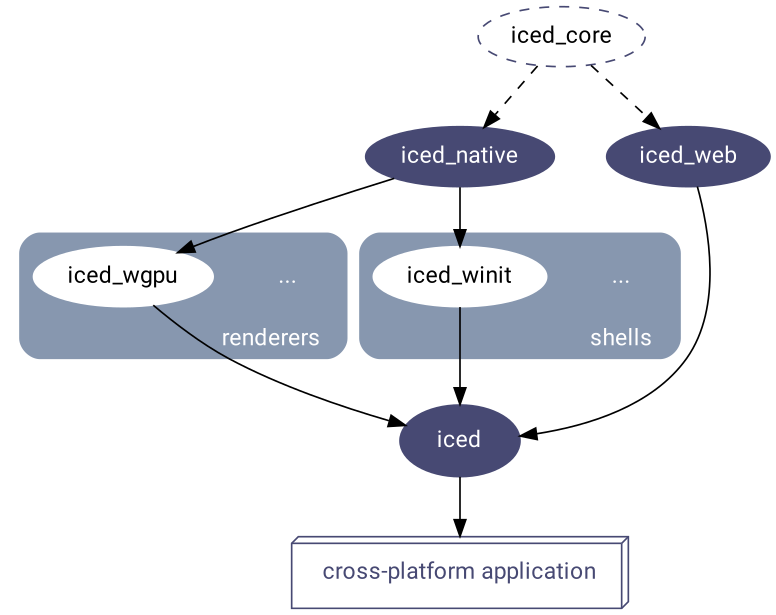
Earlier version of the Graphviz export docs/graphs/ecosystem.png (iced-rs/iced). Its source is kept beside it as docs/graphs/ecosystem.dot.
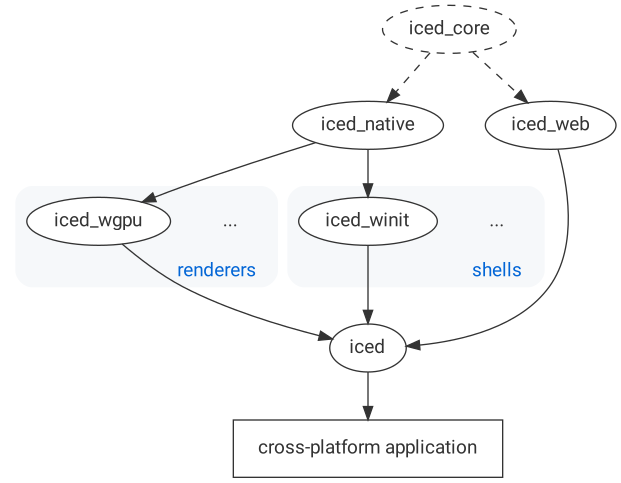
Above is the later version.

Change to the diagram source:
```diff
@@ -1,19 +1,19 @@
 digraph G {
   fontname = "Roboto";
   newrank=true;
-  node[fontname = "Roboto", style=filled, fontcolor=white, color="#474973"];
+  node[fontname = "Roboto", style="filled", fontcolor="#333333", fillcolor=white, color="#333333"];
+  edge[color="#333333"];
 
   subgraph cluster_1 {
     label = "renderers  ";
     labelloc = "b";
     labeljust = "r";
-    fontcolor = "#ffffff";
-    color="#8797AF";
-    bgcolor="#8797AF";
+    fontcolor = "#0366d6";
+    color="#f6f8fa";
+    bgcolor="#f6f8fa";
     style=rounded;
-    node [fillcolor=white, color=white, fontcolor=black];
 
-    etc_1 [label="...", style=empty, shape=none, fontcolor=white];
+    etc_1 [label="...", style=solid, shape=none];
     iced_wgpu;
   }
 
@@ -21,13 +21,12 @@
     label = "shells  ";
     labelloc = "b";
     labeljust = "r";
-    fontcolor = "#ffffff";
-    color="#8797AF";
-    bgcolor="#8797AF";
+    fontcolor = "#0366d6";
+    color="#f6f8fa";
+    bgcolor="#f6f8fa";
     style=rounded;
-    node [fillcolor=white, color=white, fontcolor=black];
 
-    etc_2 [label="...", style=empty, shape=none, fontcolor=white];
+    etc_2 [label="...", style=solid, shape=none];
     iced_winit;
   }
 
@@ -51,9 +50,7 @@
 
   iced -> "cross-platform application";
 
-  iced_core [style=dashed, fontcolor=black];
-  iced [width=1, height=0.6, style="filled", fontcolor=white, color="#474973"];
+  iced_core [style=dashed];
 
-
-  "cross-platform application" [shape=box3d, style="solid", width=2.8, height=0.6, fontcolor="#474973"];
+  "cross-platform application" [shape=box, width=2.8, height=0.6];
 }
```
